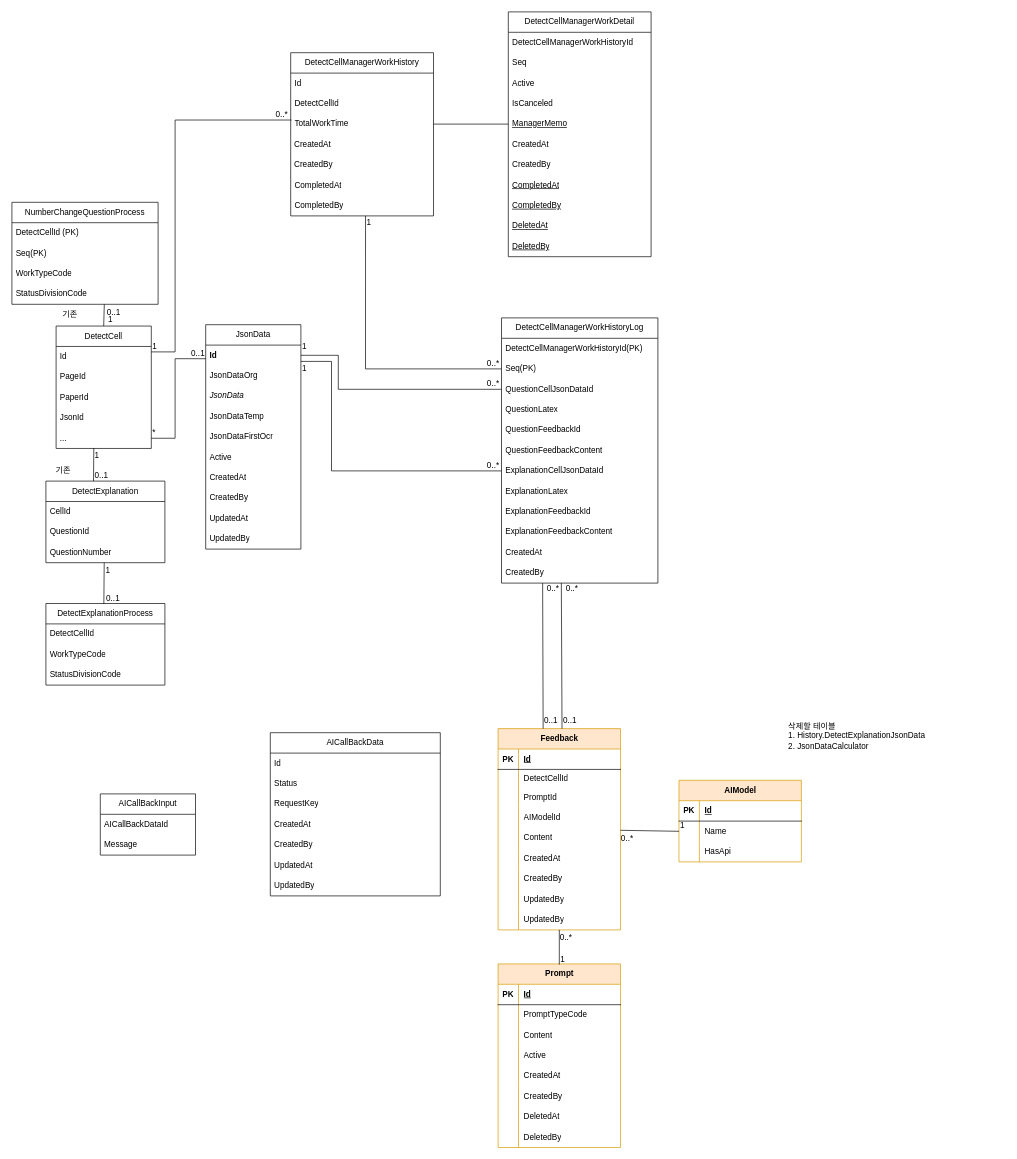
This is 해설계산기.drawio from hyeonzx/Explanation_Calculator, a draw.io file, before an edit. Source tidied: cells renumbered, new cells numbered last; positions are measured from the earlier drawing's top-left corner, leaving out a move shared by most shapes. Both pictures are drawn from the tidied source at 68%, with x=0, y=0 at pixel (12, 12).
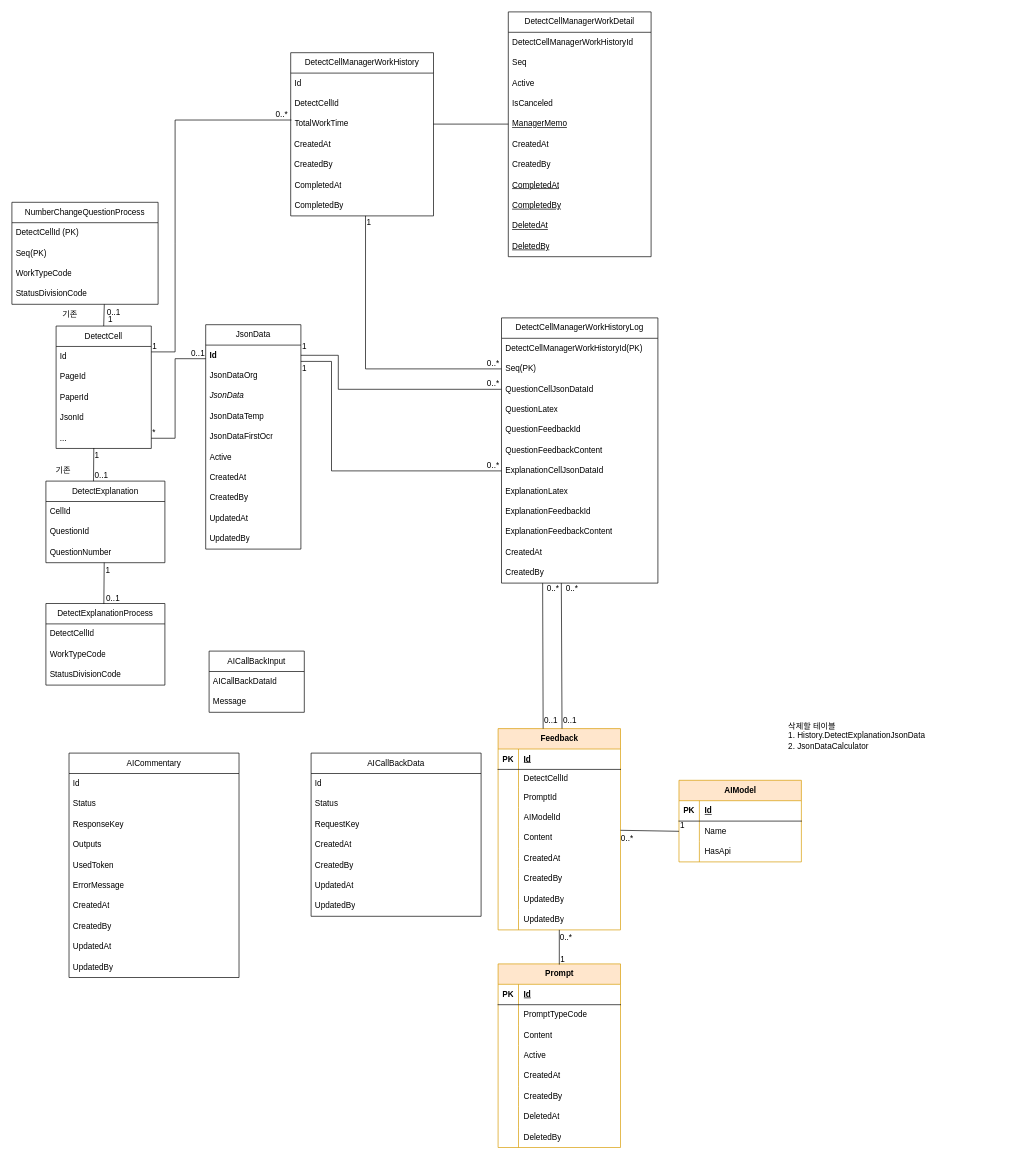
The same page after the edit.

Commit message:
해설계산기.drawio 업데이트

Change to the diagram source:
```diff
@@
     <mxCell id="168" value="AICallBackData" style="swimlane;fontStyle=0;horizontal=1;startSize=30;whiteSpace=wrap;html=1;" parent="1" vertex="1">
-      <mxGeometry x="380" y="1060" width="250" height="240" as="geometry" />
+      <mxGeometry x="440" y="1090" width="250" height="240" as="geometry" />
     </mxCell>
@@
     <mxCell id="176" value="AICallBackInput" style="swimlane;fontStyle=0;horizontal=1;startSize=30;whiteSpace=wrap;html=1;" parent="1" vertex="1">
-      <mxGeometry x="130" y="1150" width="140" height="90" as="geometry" />
+      <mxGeometry x="290" y="940" width="140" height="90" as="geometry" />
     </mxCell>
@@
+    <mxCell id="179" value="AICommentary" style="swimlane;fontStyle=0;horizontal=1;startSize=30;whiteSpace=wrap;html=1;" parent="1" vertex="1">
+      <mxGeometry x="84" y="1090" width="250" height="330" as="geometry" />
+    </mxCell>
+    <mxCell id="180" value="Id" style="text;strokeColor=none;fillColor=none;align=left;verticalAlign=middle;spacingLeft=4;spacingRight=4;overflow=hidden;whiteSpace=wrap;html=1;" parent="179" vertex="1">
+      <mxGeometry y="30" width="250" height="30" as="geometry" />
+    </mxCell>
+    <mxCell id="181" value="Status" style="text;strokeColor=none;fillColor=none;align=left;verticalAlign=middle;spacingLeft=4;spacingRight=4;overflow=hidden;whiteSpace=wrap;html=1;" parent="179" vertex="1">
+      <mxGeometry y="60" width="250" height="30" as="geometry" />
+    </mxCell>
+    <mxCell id="182" value="ResponseKey" style="text;strokeColor=none;fillColor=none;align=left;verticalAlign=middle;spacingLeft=4;spacingRight=4;overflow=hidden;whiteSpace=wrap;html=1;" parent="179" vertex="1">
+      <mxGeometry y="90" width="250" height="30" as="geometry" />
+    </mxCell>
+    <mxCell id="183" value="Outputs" style="text;strokeColor=none;fillColor=none;align=left;verticalAlign=middle;spacingLeft=4;spacingRight=4;overflow=hidden;whiteSpace=wrap;html=1;" parent="179" vertex="1">
+      <mxGeometry y="120" width="250" height="30" as="geometry" />
+    </mxCell>
+    <mxCell id="184" value="UsedToken" style="text;strokeColor=none;fillColor=none;align=left;verticalAlign=middle;spacingLeft=4;spacingRight=4;overflow=hidden;whiteSpace=wrap;html=1;" parent="179" vertex="1">
+      <mxGeometry y="150" width="250" height="30" as="geometry" />
+    </mxCell>
+    <mxCell id="185" value="ErrorMessage" style="text;strokeColor=none;fillColor=none;align=left;verticalAlign=middle;spacingLeft=4;spacingRight=4;overflow=hidden;whiteSpace=wrap;html=1;" parent="179" vertex="1">
+      <mxGeometry y="180" width="250" height="30" as="geometry" />
+    </mxCell>
+    <mxCell id="186" value="CreatedAt" style="text;strokeColor=none;fillColor=none;align=left;verticalAlign=middle;spacingLeft=4;spacingRight=4;overflow=hidden;whiteSpace=wrap;html=1;" parent="179" vertex="1">
+      <mxGeometry y="210" width="250" height="30" as="geometry" />
+    </mxCell>
+    <mxCell id="187" value="CreatedBy" style="text;strokeColor=none;fillColor=none;align=left;verticalAlign=middle;spacingLeft=4;spacingRight=4;overflow=hidden;whiteSpace=wrap;html=1;" parent="179" vertex="1">
+      <mxGeometry y="240" width="250" height="30" as="geometry" />
+    </mxCell>
+    <mxCell id="188" value="UpdatedAt" style="text;strokeColor=none;fillColor=none;align=left;verticalAlign=middle;spacingLeft=4;spacingRight=4;overflow=hidden;whiteSpace=wrap;html=1;" parent="179" vertex="1">
+      <mxGeometry y="270" width="250" height="30" as="geometry" />
+    </mxCell>
+    <mxCell id="189" value="UpdatedBy" style="text;strokeColor=none;fillColor=none;align=left;verticalAlign=middle;spacingLeft=4;spacingRight=4;overflow=hidden;whiteSpace=wrap;html=1;" parent="179" vertex="1">
+      <mxGeometry y="300" width="250" height="30" as="geometry" />
+    </mxCell>
```
